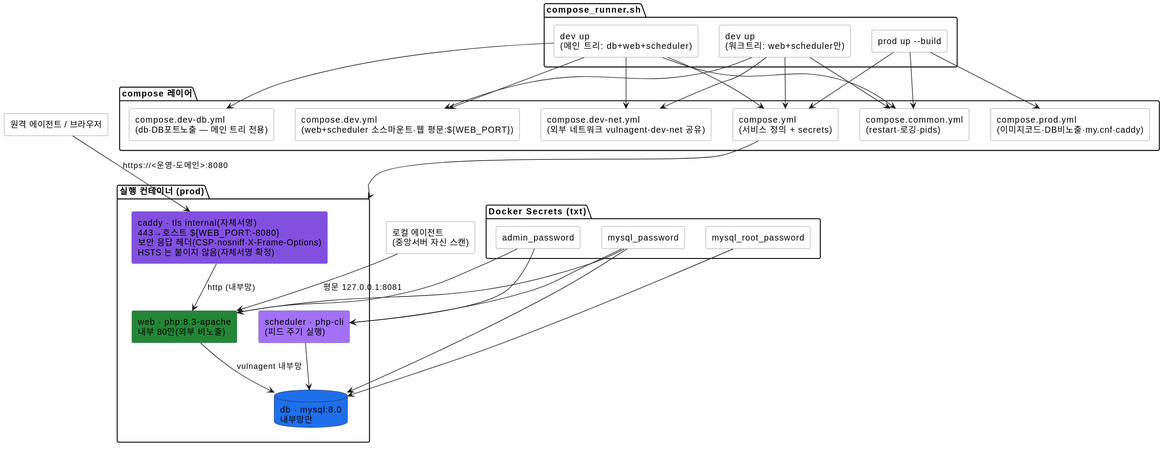
Earlier version of the PlantUML export docs/specs/diagrams/배포구성.svg (JeongDoWook/vuln-agent).
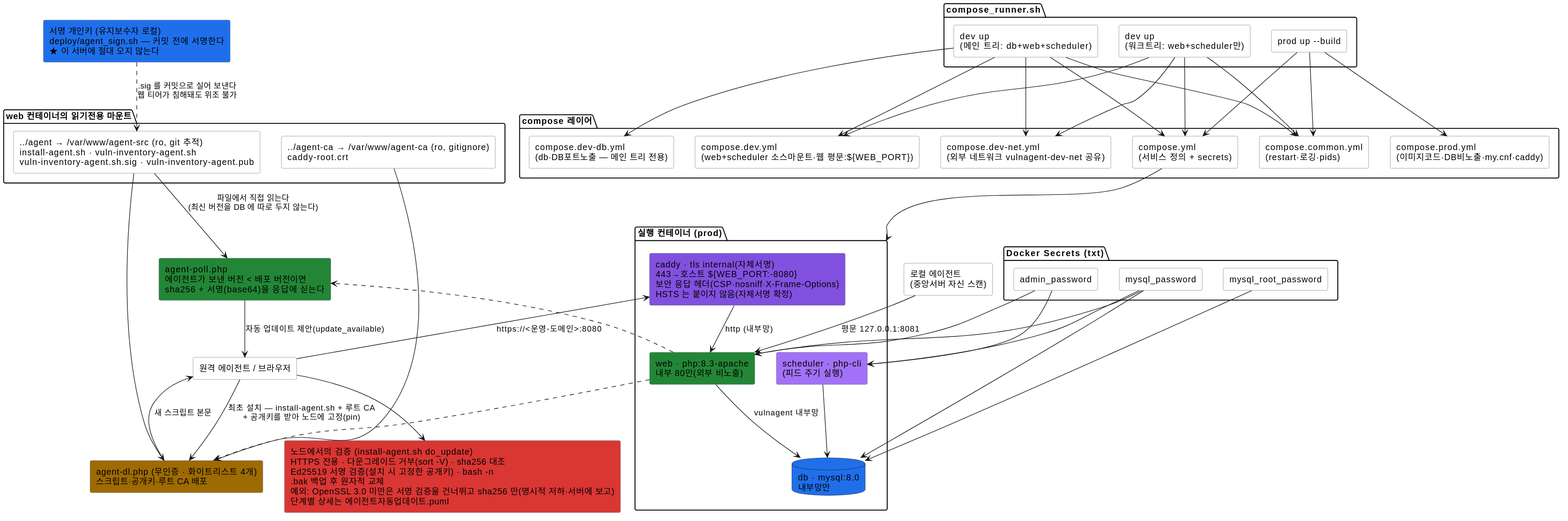
After the commit.

Change to the diagram source:
```diff
@@ -67,4 +67,28 @@
 LOCAL --> WC : 평문 127.0.0.1:8081
 WC --> DC : vulnagent 내부망
 SCH --> DC
+
+package "web 컨테이너의 읽기전용 마운트" as Mounts {
+    rectangle "../agent → /var/www/agent-src (ro, git 추적)\ninstall-agent.sh · vuln-inventory-agent.sh\nvuln-inventory-agent.sh.sig · vuln-inventory-agent.pub" as MSRC
+    rectangle "../agent-ca → /var/www/agent-ca (ro, gitignore)\ncaddy-root.crt" as MCA
+}
+
+rectangle "agent-dl.php (무인증 · 화이트리스트 4개)\n스크립트·공개키·루트 CA 배포" as ADL #9e6a03
+rectangle "agent-poll.php\n에이전트가 보낸 버전 < 배포 버전이면\nsha256 + 서명(base64)을 응답에 싣는다" as APOLL #238636
+
+MSRC --> ADL
+MCA  --> ADL
+MSRC --> APOLL : 파일에서 직접 읽는다\n(최신 버전을 DB 에 따로 두지 않는다)
+WC ..> ADL
+WC ..> APOLL
+
+REMOTE --> ADL : 최초 설치 — install-agent.sh + 루트 CA\n+ 공개키를 받아 노드에 고정(pin)
+APOLL --> REMOTE : 자동 업데이트 제안(update_available)
+ADL   --> REMOTE : 새 스크립트 본문
+
+rectangle "노드에서의 검증 (install-agent.sh do_update)\nHTTPS 전용 · 다운그레이드 거부(sort -V) · sha256 대조\nEd25519 서명 검증(설치 시 고정한 공개키) · bash -n\n.bak 백업 후 원자적 교체\n예외: OpenSSL 3.0 미만은 서명 검증을 건너뛰고 sha256 만(명시적 저하·서버에 보고)\n단계별 상세는 에이전트자동업데이트.puml" as VERIFY #da3633
+REMOTE --> VERIFY
+
+rectangle "서명 개인키 (유지보수자 로컬)\ndeploy/agent_sign.sh — 커밋 전에 서명한다\n★ 이 서버에 절대 오지 않는다" as SIGNKEY #1f6feb
+SIGNKEY ..> MSRC : .sig 를 커밋으로 실어 보낸다\n웹 티어가 침해돼도 위조 불가
 @enduml
```
